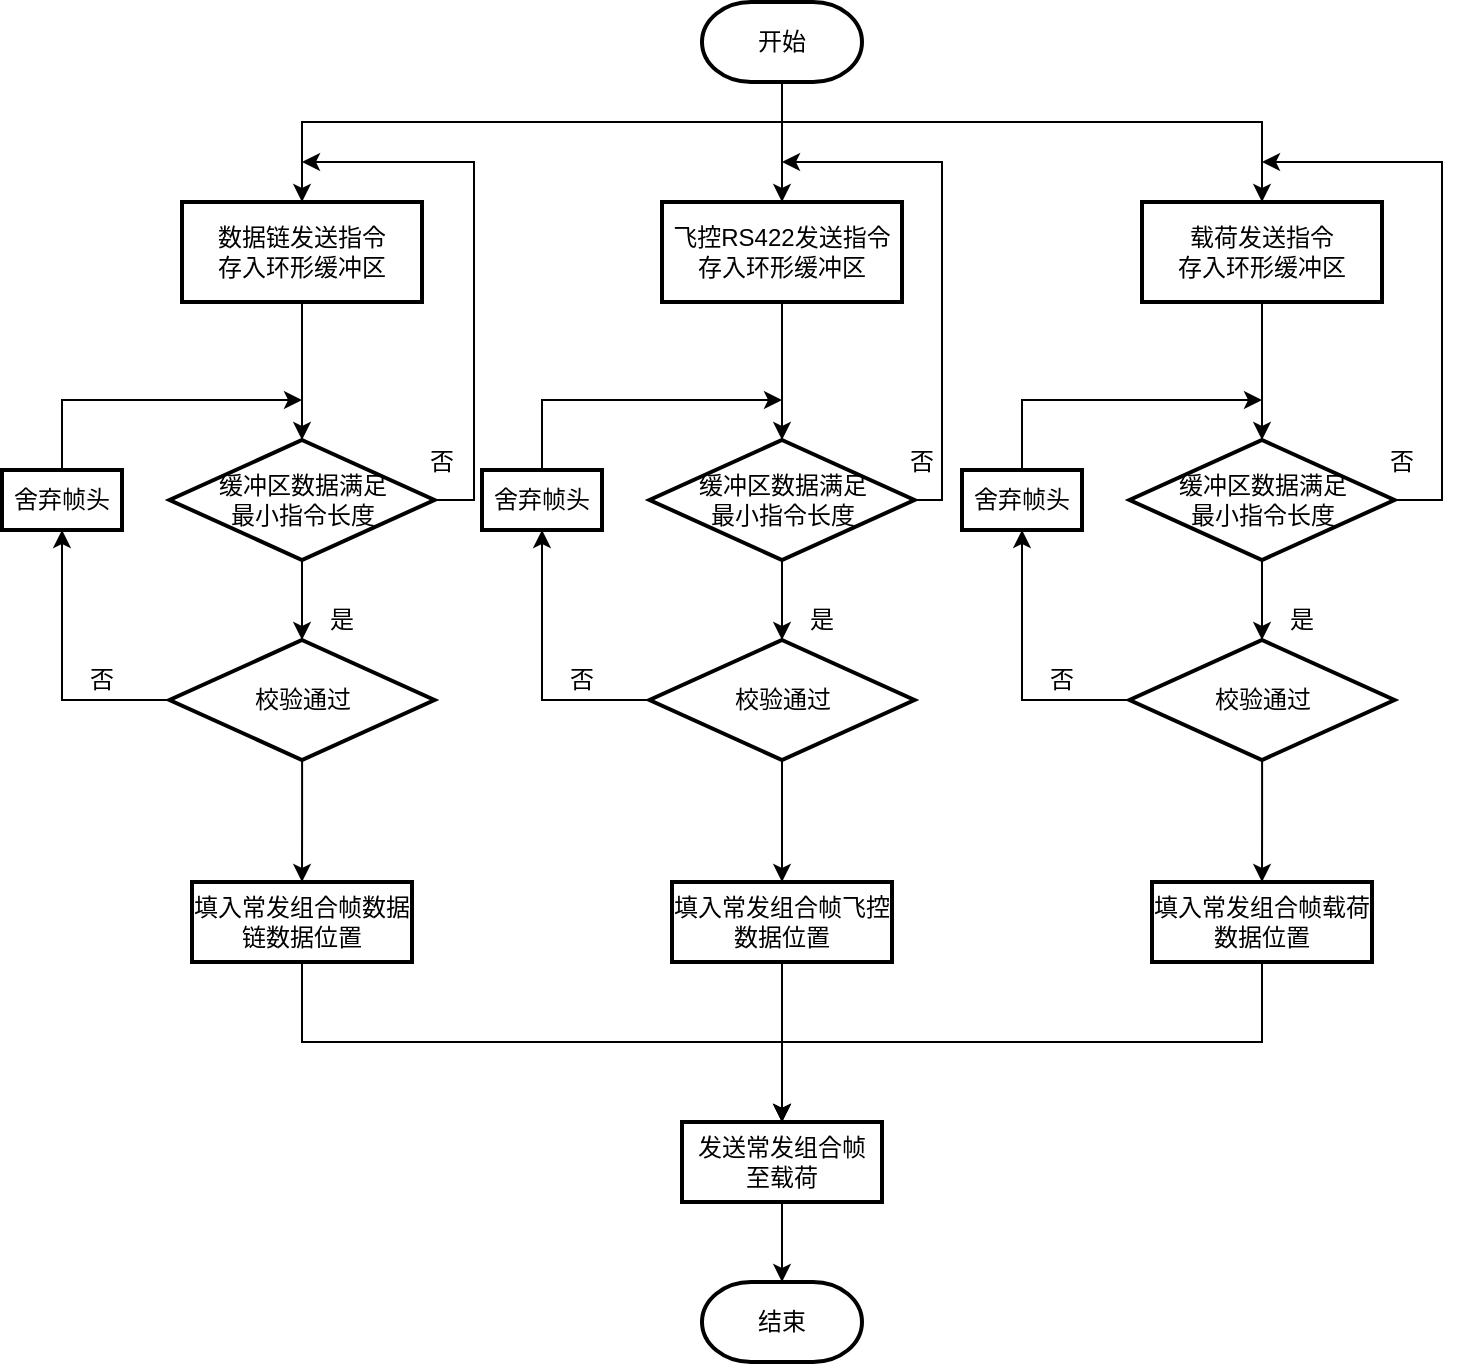
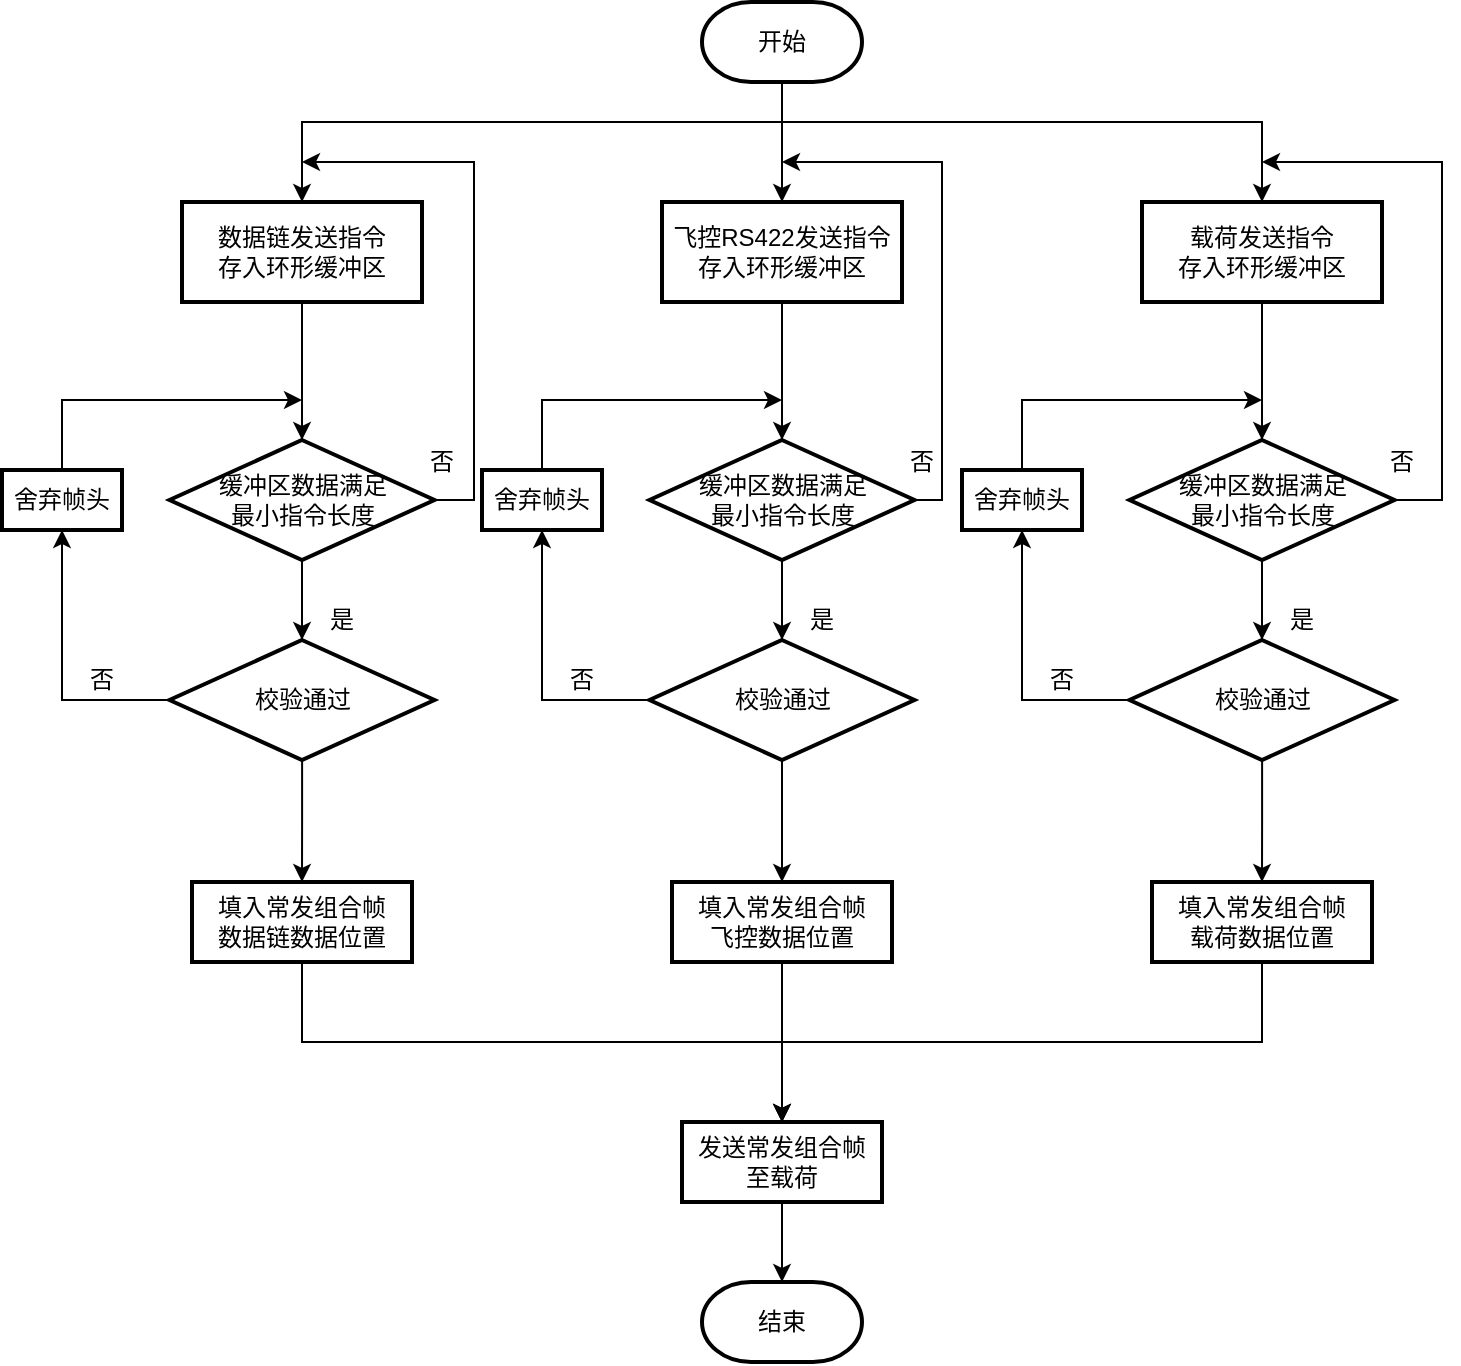
<mxfile host="app.diagrams.net">
  <diagram name="第 1 页" id="ZEWXP8qCXREOjJwUn-yJ">
    <mxGraphModel dx="1106" dy="710" grid="1" gridSize="10" guides="1" tooltips="1" connect="1" arrows="1" fold="1" page="1" pageScale="1" pageWidth="827" pageHeight="1169" math="0" shadow="0">
      <root>
        <mxCell id="0" />
        <mxCell id="1" parent="0" />
        <mxCell id="KwrmxxbuwOzTlXq3yr0d-44" edge="1" parent="1" source="KwrmxxbuwOzTlXq3yr0d-1" style="edgeStyle=orthogonalEdgeStyle;rounded=0;orthogonalLoop=1;jettySize=auto;html=1;exitX=0.5;exitY=1;exitDx=0;exitDy=0;exitPerimeter=0;entryX=0.5;entryY=0;entryDx=0;entryDy=0;" target="KwrmxxbuwOzTlXq3yr0d-42">
          <mxGeometry relative="1" as="geometry">
            <Array as="points">
              <mxPoint x="439" y="140" />
              <mxPoint x="199" y="140" />
            </Array>
          </mxGeometry>
        </mxCell>
        <mxCell id="KwrmxxbuwOzTlXq3yr0d-45" edge="1" parent="1" source="KwrmxxbuwOzTlXq3yr0d-1" style="edgeStyle=orthogonalEdgeStyle;rounded=0;orthogonalLoop=1;jettySize=auto;html=1;exitX=0.5;exitY=1;exitDx=0;exitDy=0;exitPerimeter=0;entryX=0.5;entryY=0;entryDx=0;entryDy=0;" target="KwrmxxbuwOzTlXq3yr0d-43">
          <mxGeometry relative="1" as="geometry">
            <Array as="points">
              <mxPoint x="439" y="140" />
              <mxPoint x="679" y="140" />
            </Array>
          </mxGeometry>
        </mxCell>
        <mxCell id="KwrmxxbuwOzTlXq3yr0d-1" parent="1" style="strokeWidth=2;html=1;shape=mxgraph.flowchart.terminator;whiteSpace=wrap;" value="开始" vertex="1">
          <mxGeometry height="40" width="80" x="399" y="80" as="geometry" />
        </mxCell>
        <mxCell id="KwrmxxbuwOzTlXq3yr0d-2" parent="1" style="rounded=1;whiteSpace=wrap;html=1;absoluteArcSize=1;arcSize=0;strokeWidth=2;" value="飞控RS422发送指令&lt;div&gt;存入环形缓冲区&lt;/div&gt;" vertex="1">
          <mxGeometry height="50" width="120" x="379" y="180" as="geometry" />
        </mxCell>
        <mxCell id="KwrmxxbuwOzTlXq3yr0d-70" edge="1" parent="1" source="KwrmxxbuwOzTlXq3yr0d-3" style="edgeStyle=orthogonalEdgeStyle;rounded=0;orthogonalLoop=1;jettySize=auto;html=1;">
          <mxGeometry relative="1" as="geometry">
            <Array as="points">
              <mxPoint x="519" y="329" />
              <mxPoint x="519" y="160" />
            </Array>
            <mxPoint x="439" y="160" as="targetPoint" />
          </mxGeometry>
        </mxCell>
        <mxCell id="KwrmxxbuwOzTlXq3yr0d-3" parent="1" style="strokeWidth=2;html=1;shape=mxgraph.flowchart.decision;whiteSpace=wrap;" value="缓冲区数据满足&lt;div&gt;最小指令长度&lt;/div&gt;" vertex="1">
          <mxGeometry height="60" width="132.5" x="372.75" y="299" as="geometry" />
        </mxCell>
        <mxCell id="KwrmxxbuwOzTlXq3yr0d-4" edge="1" parent="1" source="KwrmxxbuwOzTlXq3yr0d-1" style="endArrow=classic;html=1;rounded=0;exitX=0.5;exitY=1;exitDx=0;exitDy=0;exitPerimeter=0;" target="KwrmxxbuwOzTlXq3yr0d-2" value="">
          <mxGeometry height="50" relative="1" width="50" as="geometry">
            <mxPoint x="509" y="290" as="sourcePoint" />
            <mxPoint x="559" y="240" as="targetPoint" />
          </mxGeometry>
        </mxCell>
        <mxCell id="KwrmxxbuwOzTlXq3yr0d-5" edge="1" parent="1" source="KwrmxxbuwOzTlXq3yr0d-2" style="endArrow=classic;html=1;rounded=0;exitX=0.5;exitY=1;exitDx=0;exitDy=0;entryX=0.5;entryY=0;entryDx=0;entryDy=0;entryPerimeter=0;" target="KwrmxxbuwOzTlXq3yr0d-3" value="">
          <mxGeometry height="50" relative="1" width="50" as="geometry">
            <mxPoint x="449" y="240" as="sourcePoint" />
            <mxPoint x="499" y="190" as="targetPoint" />
          </mxGeometry>
        </mxCell>
        <mxCell id="KwrmxxbuwOzTlXq3yr0d-6" parent="1" style="strokeWidth=2;html=1;shape=mxgraph.flowchart.decision;whiteSpace=wrap;" value="校验通过" vertex="1">
          <mxGeometry height="60" width="132.5" x="372.75" y="399" as="geometry" />
        </mxCell>
        <mxCell id="KwrmxxbuwOzTlXq3yr0d-7" edge="1" parent="1" source="KwrmxxbuwOzTlXq3yr0d-3" style="endArrow=classic;html=1;rounded=0;exitX=0.5;exitY=1;exitDx=0;exitDy=0;exitPerimeter=0;entryX=0.5;entryY=0;entryDx=0;entryDy=0;entryPerimeter=0;" target="KwrmxxbuwOzTlXq3yr0d-6" value="">
          <mxGeometry height="50" relative="1" width="50" as="geometry">
            <mxPoint x="419" y="439" as="sourcePoint" />
            <mxPoint x="469" y="389" as="targetPoint" />
          </mxGeometry>
        </mxCell>
        <mxCell id="KwrmxxbuwOzTlXq3yr0d-8" parent="1" style="text;html=1;whiteSpace=wrap;strokeColor=none;fillColor=none;align=center;verticalAlign=middle;rounded=0;" value="是" vertex="1">
          <mxGeometry height="20" width="40" x="439" y="379" as="geometry" />
        </mxCell>
        <mxCell id="KwrmxxbuwOzTlXq3yr0d-9" edge="1" parent="1" source="KwrmxxbuwOzTlXq3yr0d-6" style="endArrow=classic;html=1;rounded=0;exitX=0;exitY=0.5;exitDx=0;exitDy=0;exitPerimeter=0;entryX=0.5;entryY=1;entryDx=0;entryDy=0;" target="KwrmxxbuwOzTlXq3yr0d-10" value="">
          <mxGeometry height="50" relative="1" width="50" as="geometry">
            <Array as="points">
              <mxPoint x="319" y="429" />
            </Array>
            <mxPoint x="419" y="439" as="sourcePoint" />
            <mxPoint x="319" y="369" as="targetPoint" />
          </mxGeometry>
        </mxCell>
        <mxCell id="KwrmxxbuwOzTlXq3yr0d-10" parent="1" style="rounded=1;whiteSpace=wrap;html=1;absoluteArcSize=1;arcSize=0;strokeWidth=2;" value="舍弃帧头" vertex="1">
          <mxGeometry height="30" width="60" x="289" y="314" as="geometry" />
        </mxCell>
        <mxCell id="KwrmxxbuwOzTlXq3yr0d-11" edge="1" parent="1" source="KwrmxxbuwOzTlXq3yr0d-10" style="endArrow=classic;html=1;rounded=0;exitX=0.5;exitY=0;exitDx=0;exitDy=0;" value="">
          <mxGeometry height="50" relative="1" width="50" as="geometry">
            <Array as="points">
              <mxPoint x="319" y="279" />
            </Array>
            <mxPoint x="419" y="439" as="sourcePoint" />
            <mxPoint x="439" y="279" as="targetPoint" />
          </mxGeometry>
        </mxCell>
        <mxCell id="KwrmxxbuwOzTlXq3yr0d-12" parent="1" style="text;html=1;whiteSpace=wrap;strokeColor=none;fillColor=none;align=center;verticalAlign=middle;rounded=0;" value="否" vertex="1">
          <mxGeometry height="20" width="40" x="319" y="409" as="geometry" />
        </mxCell>
        <mxCell id="KwrmxxbuwOzTlXq3yr0d-17" edge="1" parent="1" source="KwrmxxbuwOzTlXq3yr0d-6" style="endArrow=classic;html=1;rounded=0;exitX=0.5;exitY=1;exitDx=0;exitDy=0;exitPerimeter=0;entryX=0.5;entryY=0;entryDx=0;entryDy=0;" target="KwrmxxbuwOzTlXq3yr0d-30" value="">
          <mxGeometry height="50" relative="1" width="50" as="geometry">
            <mxPoint x="589" y="639" as="sourcePoint" />
            <mxPoint x="439" y="499" as="targetPoint" />
          </mxGeometry>
        </mxCell>
-         <mxCell id="KwrmxxbuwOzTlXq3yr0d-28" parent="1" style="rounded=1;whiteSpace=wrap;html=1;absoluteArcSize=1;arcSize=0;strokeWidth=2;" value="填入常发组合帧数据链数据位置" vertex="1">
+         <mxCell id="KwrmxxbuwOzTlXq3yr0d-28" parent="1" style="rounded=1;whiteSpace=wrap;html=1;absoluteArcSize=1;arcSize=0;strokeWidth=2;" value="填入常发组合帧&lt;div&gt;数据链数据位置&lt;/div&gt;" vertex="1">
          <mxGeometry height="40" width="110" x="144" y="520" as="geometry" />
        </mxCell>
        <mxCell id="KwrmxxbuwOzTlXq3yr0d-77" edge="1" parent="1" source="KwrmxxbuwOzTlXq3yr0d-30" style="edgeStyle=orthogonalEdgeStyle;rounded=0;orthogonalLoop=1;jettySize=auto;html=1;" target="KwrmxxbuwOzTlXq3yr0d-76" value="">
          <mxGeometry relative="1" as="geometry" />
        </mxCell>
-         <mxCell id="KwrmxxbuwOzTlXq3yr0d-30" parent="1" style="rounded=1;whiteSpace=wrap;html=1;absoluteArcSize=1;arcSize=0;strokeWidth=2;" value="填入常发组合帧飞控数据位置" vertex="1">
+         <mxCell id="KwrmxxbuwOzTlXq3yr0d-30" parent="1" style="rounded=1;whiteSpace=wrap;html=1;absoluteArcSize=1;arcSize=0;strokeWidth=2;" value="填入常发组合帧&lt;div&gt;飞控数据位置&lt;/div&gt;" vertex="1">
          <mxGeometry height="40" width="110" x="384" y="520" as="geometry" />
        </mxCell>
-         <mxCell id="KwrmxxbuwOzTlXq3yr0d-31" parent="1" style="rounded=1;whiteSpace=wrap;html=1;absoluteArcSize=1;arcSize=0;strokeWidth=2;" value="填入常发组合帧载荷数据位置" vertex="1">
+         <mxCell id="KwrmxxbuwOzTlXq3yr0d-31" parent="1" style="rounded=1;whiteSpace=wrap;html=1;absoluteArcSize=1;arcSize=0;strokeWidth=2;" value="填入常发组合帧&lt;div&gt;载荷数据位置&lt;/div&gt;" vertex="1">
          <mxGeometry height="40" width="110" x="624" y="520" as="geometry" />
        </mxCell>
        <mxCell id="KwrmxxbuwOzTlXq3yr0d-35" parent="1" style="strokeWidth=2;html=1;shape=mxgraph.flowchart.terminator;whiteSpace=wrap;" value="结束" vertex="1">
          <mxGeometry height="40" width="80" x="399" y="720" as="geometry" />
        </mxCell>
        <mxCell id="KwrmxxbuwOzTlXq3yr0d-36" edge="1" parent="1" source="KwrmxxbuwOzTlXq3yr0d-28" style="edgeStyle=orthogonalEdgeStyle;rounded=0;orthogonalLoop=1;jettySize=auto;html=1;exitX=0.5;exitY=1;exitDx=0;exitDy=0;entryX=0.5;entryY=0;entryDx=0;entryDy=0;" target="KwrmxxbuwOzTlXq3yr0d-76">
          <mxGeometry relative="1" as="geometry" />
        </mxCell>
        <mxCell id="KwrmxxbuwOzTlXq3yr0d-37" edge="1" parent="1" source="KwrmxxbuwOzTlXq3yr0d-31" style="edgeStyle=orthogonalEdgeStyle;rounded=0;orthogonalLoop=1;jettySize=auto;html=1;exitX=0.5;exitY=1;exitDx=0;exitDy=0;entryX=0.5;entryY=0;entryDx=0;entryDy=0;" target="KwrmxxbuwOzTlXq3yr0d-76">
          <mxGeometry relative="1" as="geometry">
            <mxPoint x="439" y="830" as="targetPoint" />
          </mxGeometry>
        </mxCell>
        <mxCell id="KwrmxxbuwOzTlXq3yr0d-42" parent="1" style="rounded=1;whiteSpace=wrap;html=1;absoluteArcSize=1;arcSize=0;strokeWidth=2;" value="数据链发送指令&lt;div&gt;存入环形缓冲区&lt;/div&gt;" vertex="1">
          <mxGeometry height="50" width="120" x="139" y="180" as="geometry" />
        </mxCell>
        <mxCell id="KwrmxxbuwOzTlXq3yr0d-43" parent="1" style="rounded=1;whiteSpace=wrap;html=1;absoluteArcSize=1;arcSize=0;strokeWidth=2;" value="载荷发送指令&lt;div&gt;存入环形缓冲区&lt;/div&gt;" vertex="1">
          <mxGeometry height="50" width="120" x="619" y="180" as="geometry" />
        </mxCell>
        <mxCell id="KwrmxxbuwOzTlXq3yr0d-68" edge="1" parent="1" source="KwrmxxbuwOzTlXq3yr0d-50" style="edgeStyle=orthogonalEdgeStyle;rounded=0;orthogonalLoop=1;jettySize=auto;html=1;exitX=1;exitY=0.5;exitDx=0;exitDy=0;exitPerimeter=0;">
          <mxGeometry relative="1" as="geometry">
            <Array as="points">
              <mxPoint x="285" y="329" />
              <mxPoint x="285" y="160" />
            </Array>
            <mxPoint x="199" y="160" as="targetPoint" />
          </mxGeometry>
        </mxCell>
        <mxCell id="KwrmxxbuwOzTlXq3yr0d-50" parent="1" style="strokeWidth=2;html=1;shape=mxgraph.flowchart.decision;whiteSpace=wrap;" value="缓冲区数据满足&lt;div&gt;最小指令长度&lt;/div&gt;" vertex="1">
          <mxGeometry height="60" width="132.5" x="132.75" y="299" as="geometry" />
        </mxCell>
        <mxCell id="KwrmxxbuwOzTlXq3yr0d-75" edge="1" parent="1" source="KwrmxxbuwOzTlXq3yr0d-51" style="edgeStyle=orthogonalEdgeStyle;rounded=0;orthogonalLoop=1;jettySize=auto;html=1;" target="KwrmxxbuwOzTlXq3yr0d-28" value="">
          <mxGeometry relative="1" as="geometry" />
        </mxCell>
        <mxCell id="KwrmxxbuwOzTlXq3yr0d-51" parent="1" style="strokeWidth=2;html=1;shape=mxgraph.flowchart.decision;whiteSpace=wrap;" value="校验通过" vertex="1">
          <mxGeometry height="60" width="132.5" x="132.75" y="399" as="geometry" />
        </mxCell>
        <mxCell id="KwrmxxbuwOzTlXq3yr0d-52" edge="1" parent="1" source="KwrmxxbuwOzTlXq3yr0d-50" style="endArrow=classic;html=1;rounded=0;exitX=0.5;exitY=1;exitDx=0;exitDy=0;exitPerimeter=0;entryX=0.5;entryY=0;entryDx=0;entryDy=0;entryPerimeter=0;" target="KwrmxxbuwOzTlXq3yr0d-51" value="">
          <mxGeometry height="50" relative="1" width="50" as="geometry">
            <mxPoint x="179" y="439" as="sourcePoint" />
            <mxPoint x="229" y="389" as="targetPoint" />
          </mxGeometry>
        </mxCell>
        <mxCell id="KwrmxxbuwOzTlXq3yr0d-53" parent="1" style="text;html=1;whiteSpace=wrap;strokeColor=none;fillColor=none;align=center;verticalAlign=middle;rounded=0;" value="是" vertex="1">
          <mxGeometry height="20" width="40" x="199" y="379" as="geometry" />
        </mxCell>
        <mxCell id="KwrmxxbuwOzTlXq3yr0d-54" edge="1" parent="1" source="KwrmxxbuwOzTlXq3yr0d-51" style="endArrow=classic;html=1;rounded=0;exitX=0;exitY=0.5;exitDx=0;exitDy=0;exitPerimeter=0;entryX=0.5;entryY=1;entryDx=0;entryDy=0;" target="KwrmxxbuwOzTlXq3yr0d-55" value="">
          <mxGeometry height="50" relative="1" width="50" as="geometry">
            <Array as="points">
              <mxPoint x="79" y="429" />
            </Array>
            <mxPoint x="179" y="439" as="sourcePoint" />
            <mxPoint x="79" y="369" as="targetPoint" />
          </mxGeometry>
        </mxCell>
        <mxCell id="KwrmxxbuwOzTlXq3yr0d-55" parent="1" style="rounded=1;whiteSpace=wrap;html=1;absoluteArcSize=1;arcSize=0;strokeWidth=2;" value="舍弃帧头" vertex="1">
          <mxGeometry height="30" width="60" x="49" y="314" as="geometry" />
        </mxCell>
        <mxCell id="KwrmxxbuwOzTlXq3yr0d-56" edge="1" parent="1" source="KwrmxxbuwOzTlXq3yr0d-55" style="endArrow=classic;html=1;rounded=0;exitX=0.5;exitY=0;exitDx=0;exitDy=0;" value="">
          <mxGeometry height="50" relative="1" width="50" as="geometry">
            <Array as="points">
              <mxPoint x="79" y="279" />
            </Array>
            <mxPoint x="179" y="439" as="sourcePoint" />
            <mxPoint x="199" y="279" as="targetPoint" />
          </mxGeometry>
        </mxCell>
        <mxCell id="KwrmxxbuwOzTlXq3yr0d-57" parent="1" style="text;html=1;whiteSpace=wrap;strokeColor=none;fillColor=none;align=center;verticalAlign=middle;rounded=0;" value="否" vertex="1">
          <mxGeometry height="20" width="40" x="79" y="409" as="geometry" />
        </mxCell>
        <mxCell id="KwrmxxbuwOzTlXq3yr0d-72" edge="1" parent="1" source="KwrmxxbuwOzTlXq3yr0d-58" style="edgeStyle=orthogonalEdgeStyle;rounded=0;orthogonalLoop=1;jettySize=auto;html=1;">
          <mxGeometry relative="1" as="geometry">
            <Array as="points">
              <mxPoint x="769" y="329" />
              <mxPoint x="769" y="160" />
            </Array>
            <mxPoint x="679" y="160" as="targetPoint" />
          </mxGeometry>
        </mxCell>
        <mxCell id="KwrmxxbuwOzTlXq3yr0d-58" parent="1" style="strokeWidth=2;html=1;shape=mxgraph.flowchart.decision;whiteSpace=wrap;" value="缓冲区数据满足&lt;div&gt;最小指令长度&lt;/div&gt;" vertex="1">
          <mxGeometry height="60" width="132.5" x="612.75" y="299" as="geometry" />
        </mxCell>
        <mxCell id="KwrmxxbuwOzTlXq3yr0d-74" edge="1" parent="1" source="KwrmxxbuwOzTlXq3yr0d-59" style="edgeStyle=orthogonalEdgeStyle;rounded=0;orthogonalLoop=1;jettySize=auto;html=1;entryX=0.5;entryY=0;entryDx=0;entryDy=0;" target="KwrmxxbuwOzTlXq3yr0d-31">
          <mxGeometry relative="1" as="geometry" />
        </mxCell>
        <mxCell id="KwrmxxbuwOzTlXq3yr0d-59" parent="1" style="strokeWidth=2;html=1;shape=mxgraph.flowchart.decision;whiteSpace=wrap;" value="校验通过" vertex="1">
          <mxGeometry height="60" width="132.5" x="612.75" y="399" as="geometry" />
        </mxCell>
        <mxCell id="KwrmxxbuwOzTlXq3yr0d-60" edge="1" parent="1" source="KwrmxxbuwOzTlXq3yr0d-58" style="endArrow=classic;html=1;rounded=0;exitX=0.5;exitY=1;exitDx=0;exitDy=0;exitPerimeter=0;entryX=0.5;entryY=0;entryDx=0;entryDy=0;entryPerimeter=0;" target="KwrmxxbuwOzTlXq3yr0d-59" value="">
          <mxGeometry height="50" relative="1" width="50" as="geometry">
            <mxPoint x="659" y="439" as="sourcePoint" />
            <mxPoint x="709" y="389" as="targetPoint" />
          </mxGeometry>
        </mxCell>
        <mxCell id="KwrmxxbuwOzTlXq3yr0d-61" parent="1" style="text;html=1;whiteSpace=wrap;strokeColor=none;fillColor=none;align=center;verticalAlign=middle;rounded=0;" value="是" vertex="1">
          <mxGeometry height="20" width="40" x="679" y="379" as="geometry" />
        </mxCell>
        <mxCell id="KwrmxxbuwOzTlXq3yr0d-62" edge="1" parent="1" source="KwrmxxbuwOzTlXq3yr0d-59" style="endArrow=classic;html=1;rounded=0;exitX=0;exitY=0.5;exitDx=0;exitDy=0;exitPerimeter=0;entryX=0.5;entryY=1;entryDx=0;entryDy=0;" target="KwrmxxbuwOzTlXq3yr0d-63" value="">
          <mxGeometry height="50" relative="1" width="50" as="geometry">
            <Array as="points">
              <mxPoint x="559" y="429" />
            </Array>
            <mxPoint x="659" y="439" as="sourcePoint" />
            <mxPoint x="559" y="369" as="targetPoint" />
          </mxGeometry>
        </mxCell>
        <mxCell id="KwrmxxbuwOzTlXq3yr0d-63" parent="1" style="rounded=1;whiteSpace=wrap;html=1;absoluteArcSize=1;arcSize=0;strokeWidth=2;" value="舍弃帧头" vertex="1">
          <mxGeometry height="30" width="60" x="529" y="314" as="geometry" />
        </mxCell>
        <mxCell id="KwrmxxbuwOzTlXq3yr0d-64" edge="1" parent="1" source="KwrmxxbuwOzTlXq3yr0d-63" style="endArrow=classic;html=1;rounded=0;exitX=0.5;exitY=0;exitDx=0;exitDy=0;" value="">
          <mxGeometry height="50" relative="1" width="50" as="geometry">
            <Array as="points">
              <mxPoint x="559" y="279" />
            </Array>
            <mxPoint x="659" y="439" as="sourcePoint" />
            <mxPoint x="679" y="279" as="targetPoint" />
          </mxGeometry>
        </mxCell>
        <mxCell id="KwrmxxbuwOzTlXq3yr0d-65" parent="1" style="text;html=1;whiteSpace=wrap;strokeColor=none;fillColor=none;align=center;verticalAlign=middle;rounded=0;" value="否" vertex="1">
          <mxGeometry height="20" width="40" x="559" y="409" as="geometry" />
        </mxCell>
        <mxCell id="KwrmxxbuwOzTlXq3yr0d-66" edge="1" parent="1" source="KwrmxxbuwOzTlXq3yr0d-42" style="edgeStyle=orthogonalEdgeStyle;rounded=0;orthogonalLoop=1;jettySize=auto;html=1;exitX=0.5;exitY=1;exitDx=0;exitDy=0;entryX=0.5;entryY=0;entryDx=0;entryDy=0;entryPerimeter=0;" target="KwrmxxbuwOzTlXq3yr0d-50">
          <mxGeometry relative="1" as="geometry" />
        </mxCell>
        <mxCell id="KwrmxxbuwOzTlXq3yr0d-67" edge="1" parent="1" source="KwrmxxbuwOzTlXq3yr0d-43" style="edgeStyle=orthogonalEdgeStyle;rounded=0;orthogonalLoop=1;jettySize=auto;html=1;exitX=0.5;exitY=1;exitDx=0;exitDy=0;entryX=0.5;entryY=0;entryDx=0;entryDy=0;entryPerimeter=0;" target="KwrmxxbuwOzTlXq3yr0d-58">
          <mxGeometry relative="1" as="geometry" />
        </mxCell>
        <mxCell id="KwrmxxbuwOzTlXq3yr0d-69" parent="1" style="text;html=1;whiteSpace=wrap;strokeColor=none;fillColor=none;align=center;verticalAlign=middle;rounded=0;" value="否" vertex="1">
          <mxGeometry height="20" width="40" x="249" y="300" as="geometry" />
        </mxCell>
        <mxCell id="KwrmxxbuwOzTlXq3yr0d-71" parent="1" style="text;html=1;whiteSpace=wrap;strokeColor=none;fillColor=none;align=center;verticalAlign=middle;rounded=0;" value="否" vertex="1">
          <mxGeometry height="20" width="40" x="489" y="300" as="geometry" />
        </mxCell>
        <mxCell id="KwrmxxbuwOzTlXq3yr0d-73" parent="1" style="text;html=1;whiteSpace=wrap;strokeColor=none;fillColor=none;align=center;verticalAlign=middle;rounded=0;" value="否" vertex="1">
          <mxGeometry height="20" width="40" x="729" y="300" as="geometry" />
        </mxCell>
        <mxCell id="KwrmxxbuwOzTlXq3yr0d-78" edge="1" parent="1" source="KwrmxxbuwOzTlXq3yr0d-76" style="edgeStyle=orthogonalEdgeStyle;rounded=0;orthogonalLoop=1;jettySize=auto;html=1;" target="KwrmxxbuwOzTlXq3yr0d-35" value="">
          <mxGeometry relative="1" as="geometry" />
        </mxCell>
        <mxCell id="KwrmxxbuwOzTlXq3yr0d-76" parent="1" style="rounded=1;whiteSpace=wrap;html=1;absoluteArcSize=1;arcSize=0;strokeWidth=2;" value="发送常发组合帧&lt;div&gt;至载荷&lt;/div&gt;" vertex="1">
          <mxGeometry height="40" width="100" x="389" y="640" as="geometry" />
        </mxCell>
      </root>
    </mxGraphModel>
  </diagram>
</mxfile>
